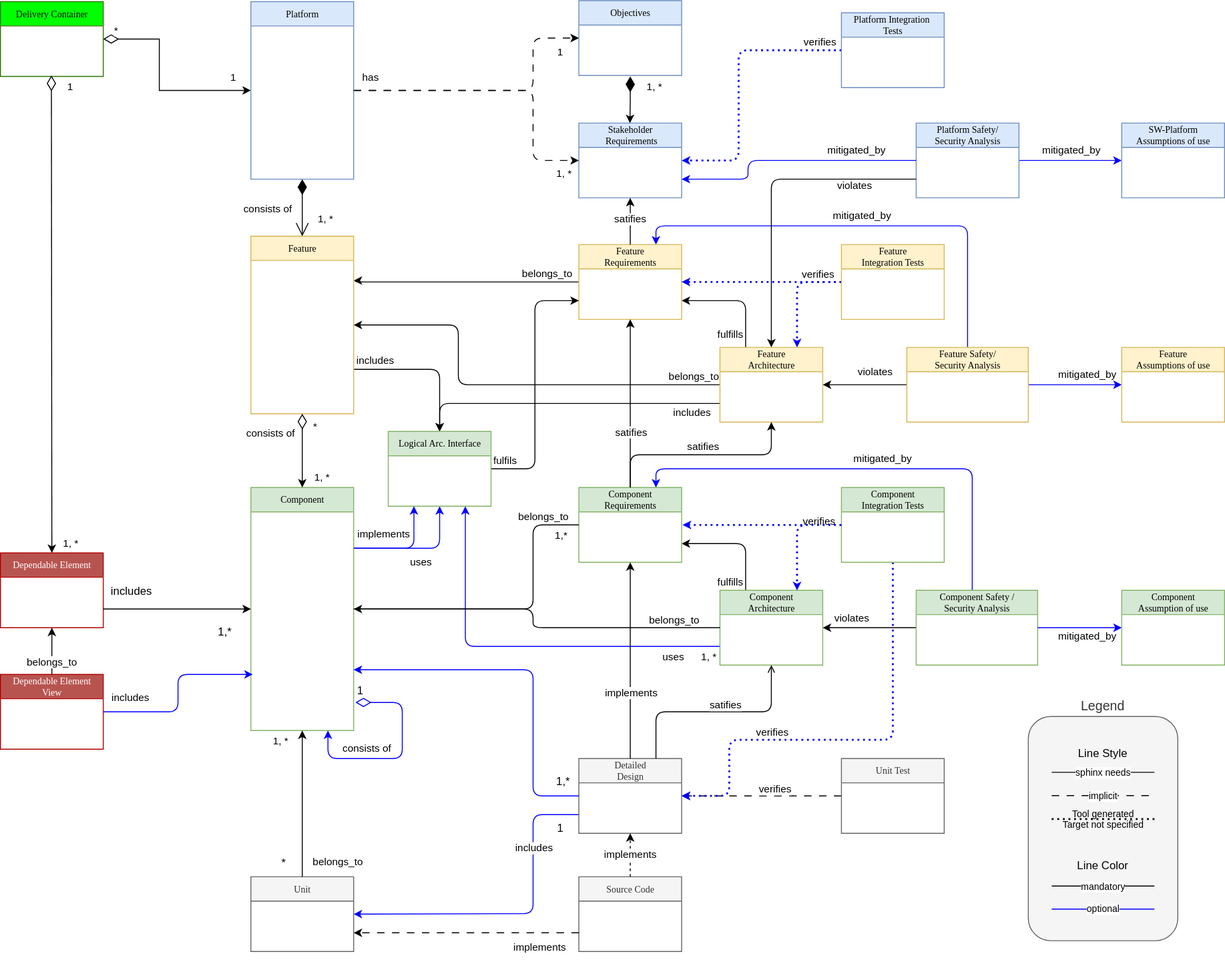
Above: main/_images/score_building_blocks_meta_model.drawio.svg in eclipse-score/process_description (draw.io), before the change. Source tidied: cells renumbered, new cells last; positions are measured from the earlier drawing's top-left corner, leaving out a move shared by most shapes.
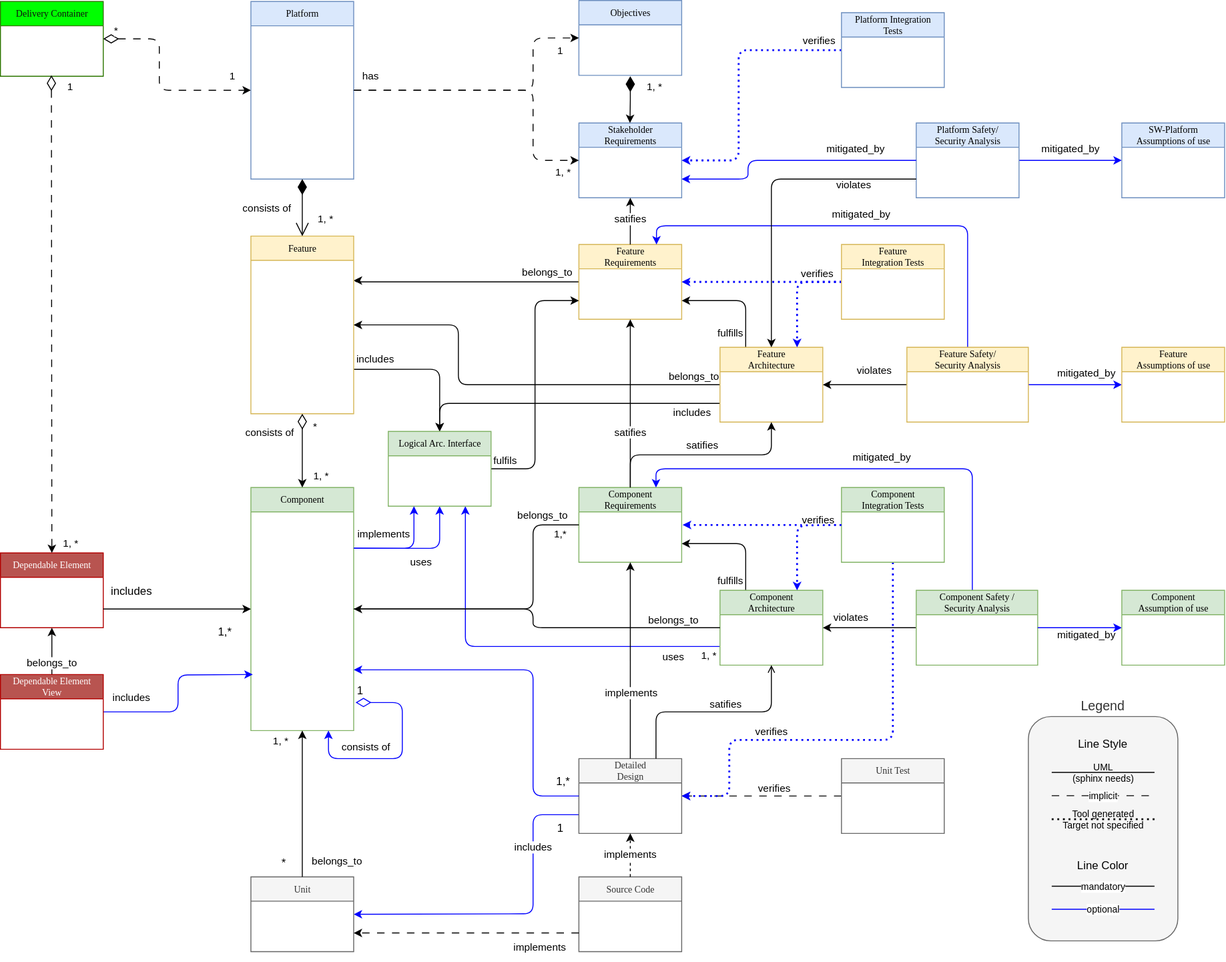
Later version of the same file.

The edit, as a diff of the source:
```diff
@@ -528,7 +528,7 @@
     <mxCell id="114" value="Legend" style="rounded=1;whiteSpace=wrap;html=1;verticalAlign=bottom;labelPosition=center;verticalLabelPosition=top;align=center;fontSize=14;fillColor=#f5f5f5;fontColor=#333333;strokeColor=#666666;" parent="1" vertex="1">
       <mxGeometry x="1100" y="766" width="160" height="240" as="geometry" />
     </mxCell>
-    <mxCell id="115" value="sphinx needs" style="endArrow=none;html=1;fontSize=10;" parent="1" edge="1">
+    <mxCell id="115" value="UML&lt;div&gt;(sphinx needs)&lt;/div&gt;" style="endArrow=none;html=1;fontSize=10;verticalAlign=middle;labelBackgroundColor=none;" parent="1" edge="1">
       <mxGeometry relative="1" as="geometry">
         <mxPoint x="1125" y="825.8" as="sourcePoint" />
         <mxPoint x="1235" y="825.8" as="targetPoint" />
@@ -573,7 +573,7 @@
       <mxGeometry x="1150" y="911" width="60" height="30" as="geometry" />
     </mxCell>
     <mxCell id="124" value="Line Style" style="text;html=1;align=center;verticalAlign=middle;whiteSpace=wrap;rounded=0;fontSize=12;" parent="1" vertex="1">
-      <mxGeometry x="1150" y="791" width="60" height="30" as="geometry" />
+      <mxGeometry x="1150" y="781" width="60" height="30" as="geometry" />
     </mxCell>
     <mxCell id="125" value="implements" style="edgeStyle=orthogonalEdgeStyle;html=1;exitX=1;exitY=0.25;exitDx=0;exitDy=0;entryX=0.25;entryY=1;entryDx=0;entryDy=0;labelBackgroundColor=none;strokeColor=#0000FF;" parent="1" edge="1" source="9" target="113">
       <mxGeometry x="-0.42" y="15" relative="1" as="geometry">
@@ -582,7 +582,7 @@
         </Array>
       </mxGeometry>
     </mxCell>
-    <mxCell id="126" value="1" style="endArrow=classic;html=1;endSize=6;startArrow=diamondThin;startSize=14;startFill=0;align=left;verticalAlign=bottom;rounded=0;endFill=1;exitX=0.5;exitY=1;exitDx=0;exitDy=0;entryX=0.5;entryY=0;entryDx=0;entryDy=0;" parent="1" edge="1" target="66">
+    <mxCell id="126" value="1" style="endArrow=classic;html=1;endSize=6;startArrow=diamondThin;startSize=14;startFill=0;align=left;verticalAlign=bottom;rounded=0;endFill=1;exitX=0.5;exitY=1;exitDx=0;exitDy=0;entryX=0.5;entryY=0;entryDx=0;entryDy=0;dashed=1;dashPattern=8 8;" parent="1" edge="1" target="66">
       <mxGeometry x="-0.92" y="15" relative="1" as="geometry">
         <mxPoint x="54.5" y="80" as="sourcePoint" />
       </mxGeometry>
@@ -592,7 +592,7 @@
         <mxPoint x="13" y="70" as="offset" />
       </mxGeometry>
     </mxCell>
-    <mxCell id="128" value="*" style="endArrow=classic;html=1;endSize=6;startArrow=diamondThin;startSize=14;startFill=0;align=left;verticalAlign=bottom;rounded=0;endFill=1;exitX=1;exitY=0.5;exitDx=0;exitDy=0;entryX=0;entryY=0.5;entryDx=0;entryDy=0;" parent="1" edge="1" source="10" target="38">
+    <mxCell id="128" value="*" style="endArrow=classic;html=1;endSize=6;startArrow=diamondThin;startSize=14;startFill=0;align=left;verticalAlign=bottom;rounded=1;endFill=1;exitX=1;exitY=0.5;exitDx=0;exitDy=0;entryX=0;entryY=0.5;entryDx=0;entryDy=0;curved=0;dashed=1;dashPattern=8 8;" parent="1" edge="1" source="10" target="38">
       <mxGeometry x="-0.91" relative="1" as="geometry">
         <Array as="points">
           <mxPoint x="170" y="41" />
```
